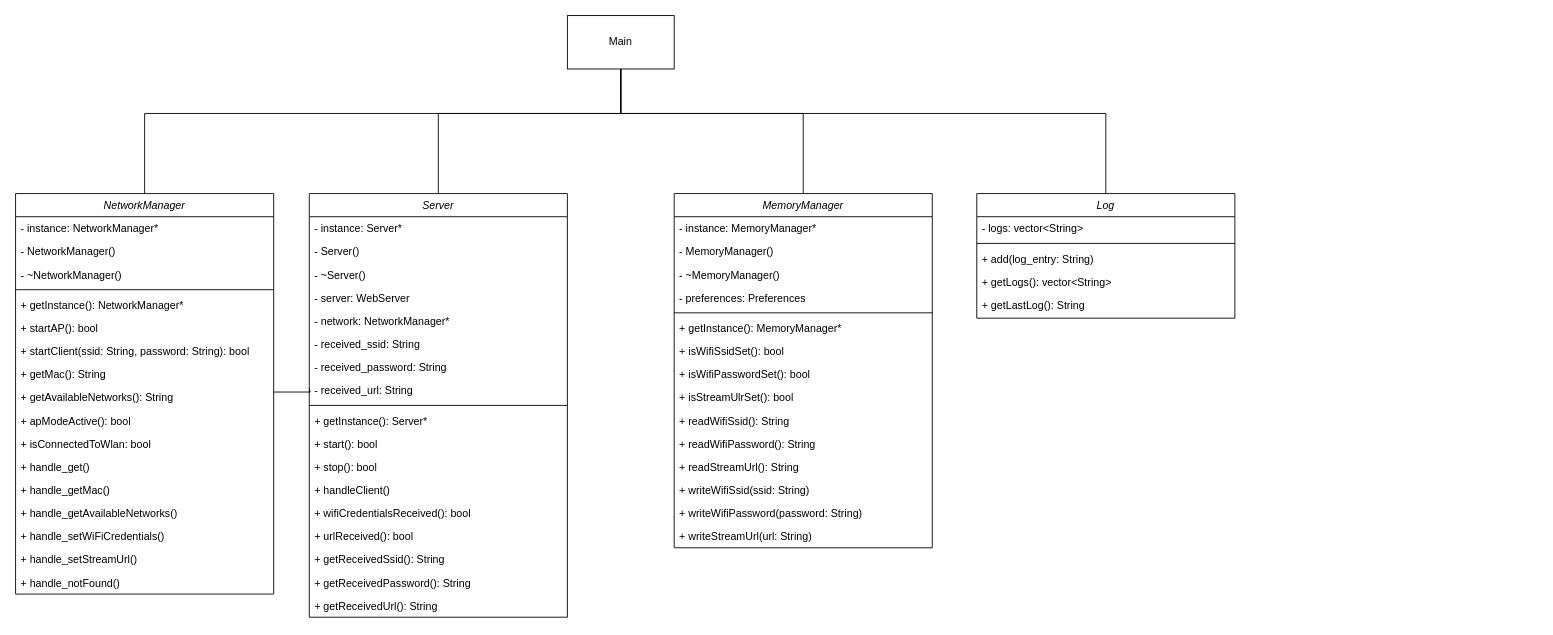
The draw.io diagram Dokumente/Microcontroller_UML.drawio in nicolang-dev/DA_Lang-Immler, before the edit. Source tidied: cells renumbered, new cells numbered last; positions are measured from the earlier drawing's top-left corner, leaving out a move shared by most shapes. Both pictures are drawn from the tidied source at 89%, with x=0, y=0 at pixel (15, 15).
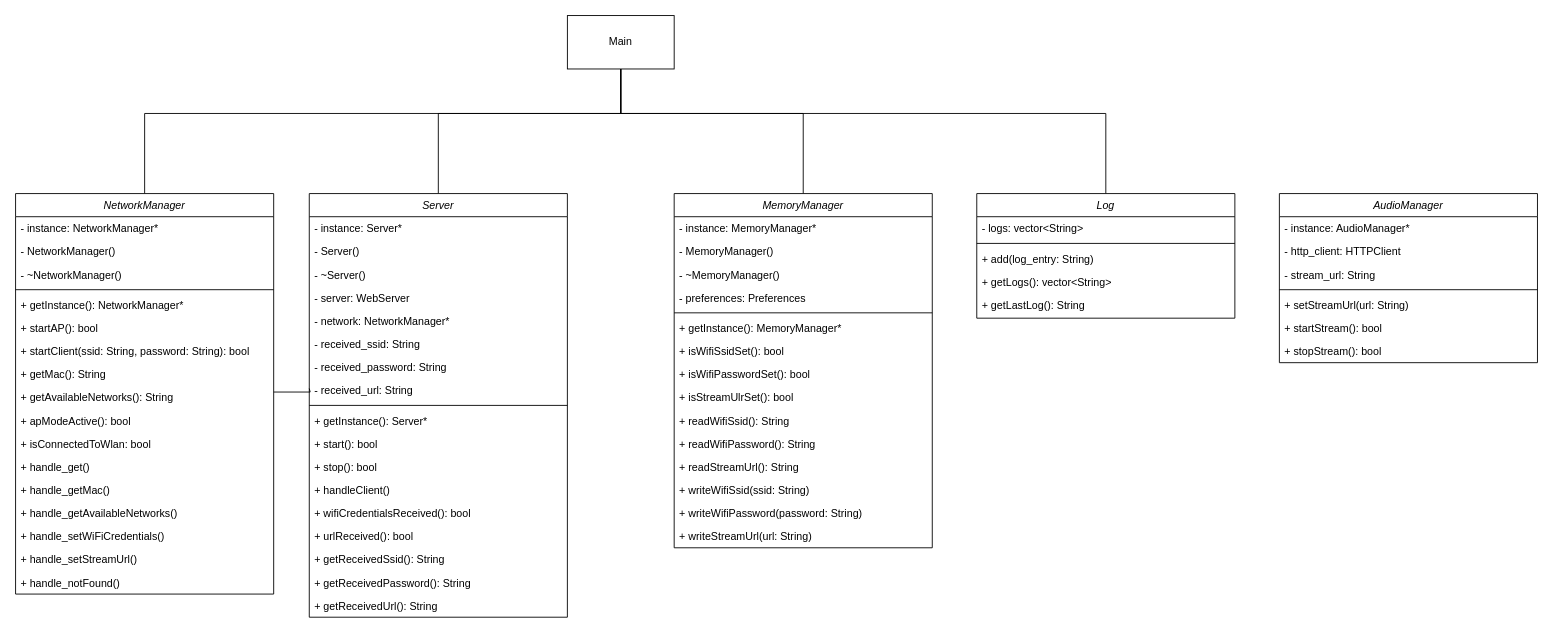
Above is the later version.

Diff of the diagram source:
```diff
@@
+    <mxCell id="67" value="AudioManager" style="swimlane;fontStyle=2;align=center;verticalAlign=top;horizontal=1;startSize=26;rounded=0;shadow=0;strokeWidth=1;labelBackgroundColor=none;" parent="1" vertex="1">
+      <mxGeometry x="1420" y="200" width="290" height="190" as="geometry" />
+    </mxCell>
+    <mxCell id="68" value="- instance: AudioManager*" style="text;align=left;verticalAlign=top;spacingLeft=4;spacingRight=4;overflow=hidden;rounded=0;shadow=0;html=0;labelBackgroundColor=none;" parent="67" vertex="1">
+      <mxGeometry y="26" width="290" height="26" as="geometry" />
+    </mxCell>
+    <mxCell id="69" value="- http_client: HTTPClient" style="text;align=left;verticalAlign=top;spacingLeft=4;spacingRight=4;overflow=hidden;rounded=0;shadow=0;html=0;labelBackgroundColor=none;" parent="67" vertex="1">
+      <mxGeometry y="52" width="290" height="26" as="geometry" />
+    </mxCell>
+    <mxCell id="70" value="- stream_url: String" style="text;align=left;verticalAlign=top;spacingLeft=4;spacingRight=4;overflow=hidden;rounded=0;shadow=0;html=0;labelBackgroundColor=none;" parent="67" vertex="1">
+      <mxGeometry y="78" width="290" height="26" as="geometry" />
+    </mxCell>
+    <mxCell id="71" style="line;html=1;strokeWidth=1;align=left;verticalAlign=middle;spacingTop=-1;spacingLeft=3;spacingRight=3;labelPosition=right;labelBackgroundColor=none;rounded=0;" parent="67" vertex="1">
+      <mxGeometry y="104" width="290" height="8" as="geometry" />
+    </mxCell>
+    <mxCell id="72" value="+ setStreamUrl(url: String)" style="text;align=left;verticalAlign=top;spacingLeft=4;spacingRight=4;overflow=hidden;labelBackgroundColor=none;rounded=0;" parent="67" vertex="1">
+      <mxGeometry y="112" width="290" height="26" as="geometry" />
+    </mxCell>
+    <mxCell id="73" value="+ startStream(): bool" style="text;align=left;verticalAlign=top;spacingLeft=4;spacingRight=4;overflow=hidden;labelBackgroundColor=none;rounded=0;" parent="67" vertex="1">
+      <mxGeometry y="138" width="290" height="26" as="geometry" />
+    </mxCell>
+    <mxCell id="74" value="+ stopStream(): bool" style="text;align=left;verticalAlign=top;spacingLeft=4;spacingRight=4;overflow=hidden;labelBackgroundColor=none;rounded=0;" parent="67" vertex="1">
+      <mxGeometry y="164" width="290" height="26" as="geometry" />
+    </mxCell>
```
